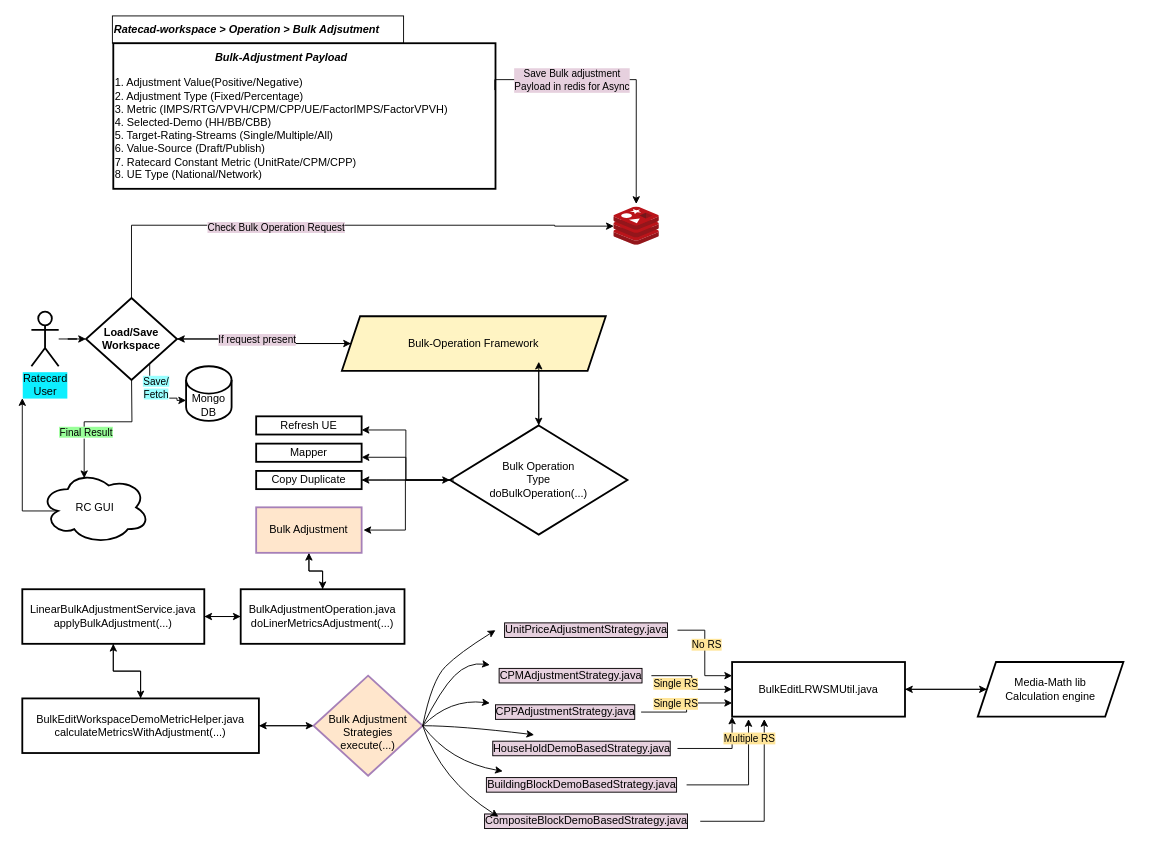
Before: BulkAdjustment.drawio in rishant/draw.io, a draw.io diagram. Source tidied: cells renumbered, new cells numbered last; positions are measured from the earlier drawing's top-left corner, leaving out a move shared by most shapes. Both pictures are drawn from the tidied source at 91%, with x=0, y=0 at pixel (22, 15).
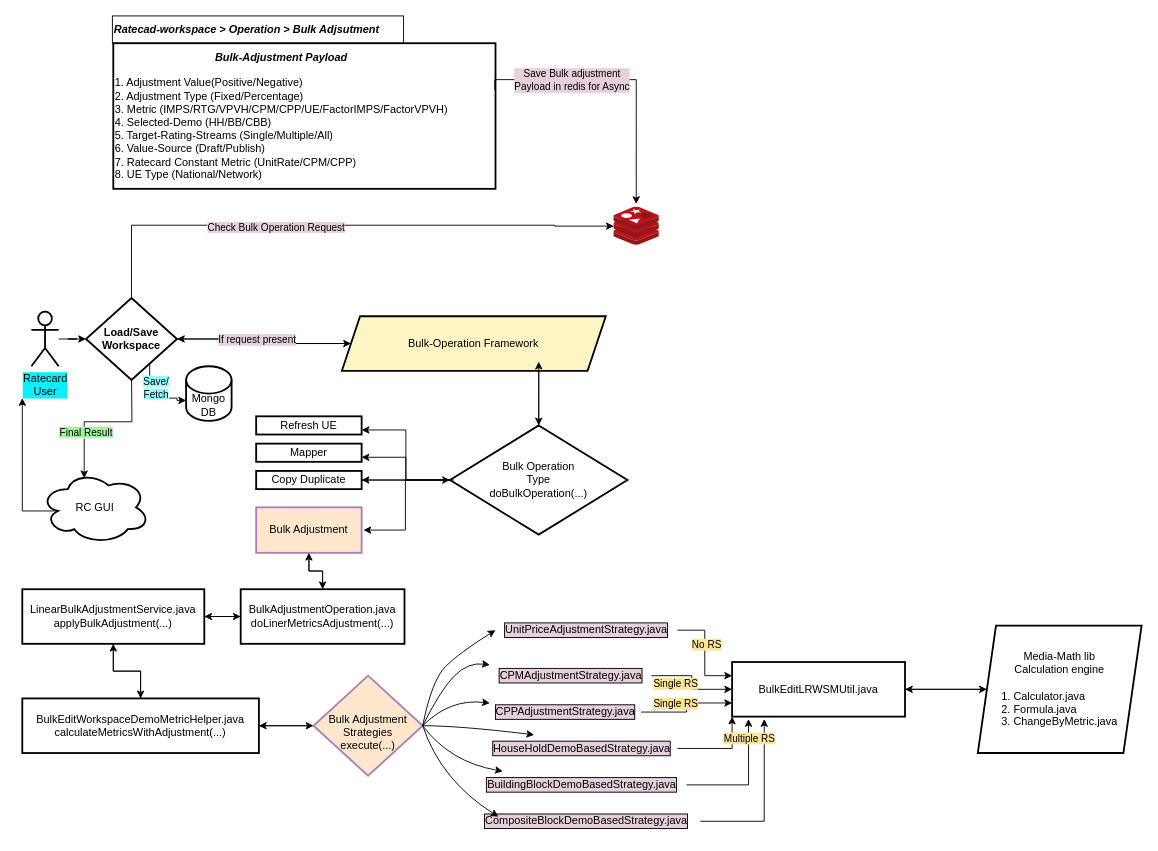
Above is the later version.

Diff of the diagram source:
```diff
@@
-    <mxCell id="63" value="Media-Math lib&lt;br&gt;Calculation engine" style="shape=parallelogram;perimeter=parallelogramPerimeter;whiteSpace=wrap;html=1;fixedSize=1;rounded=0;labelBackgroundColor=none;labelBorderColor=none;strokeColor=default;strokeWidth=2;" parent="1" vertex="1">
-      <mxGeometry x="1050" y="710" width="160" height="60" as="geometry" />
+    <mxCell id="63" value="Media-Math lib&lt;br&gt;Calculation engine&lt;br&gt;&lt;br&gt;&lt;div style=&quot;text-align: left&quot;&gt;1. Calculator.java&lt;/div&gt;&lt;div style=&quot;text-align: left&quot;&gt;2. Formula.java&lt;/div&gt;&lt;div style=&quot;text-align: left&quot;&gt;3. ChangeByMetric.java&lt;/div&gt;" style="shape=parallelogram;perimeter=parallelogramPerimeter;whiteSpace=wrap;html=1;fixedSize=1;rounded=0;labelBackgroundColor=none;labelBorderColor=none;strokeColor=default;strokeWidth=2;" parent="1" vertex="1">
+      <mxGeometry x="1050" y="670" width="180" height="140" as="geometry" />
     </mxCell>
```
